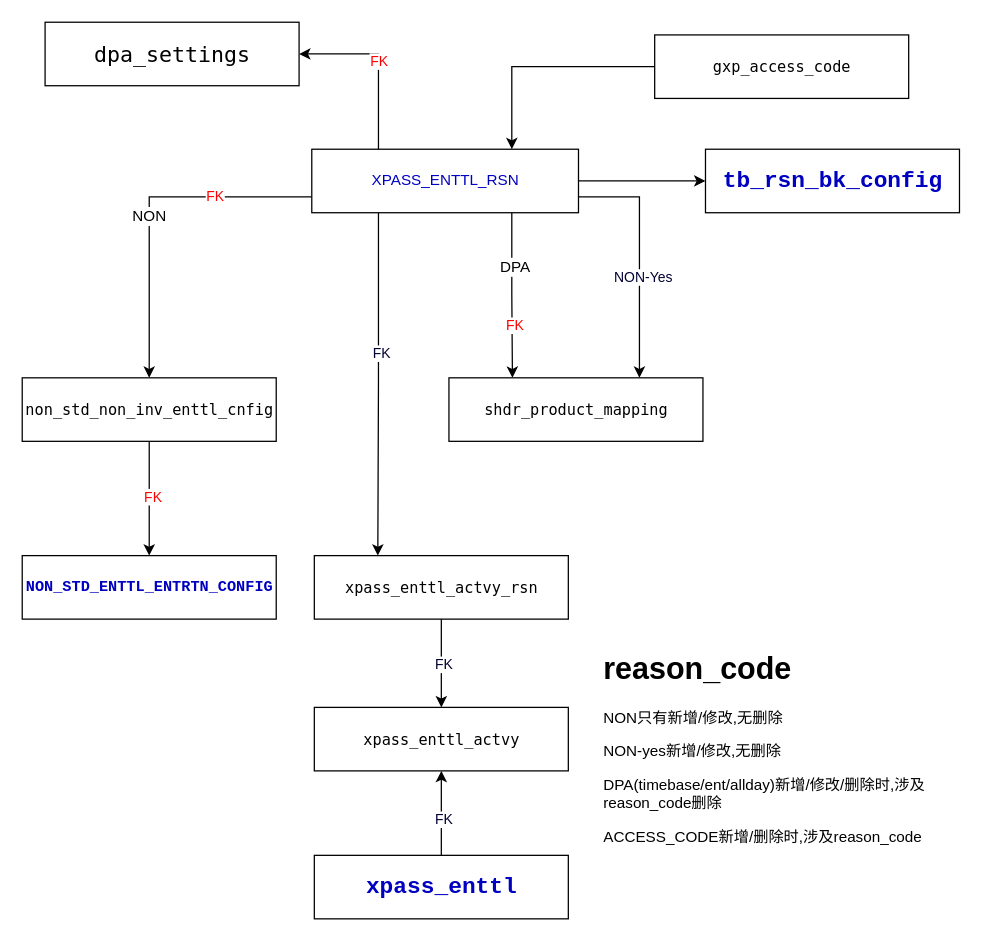
Above: disney/reason_code.drawio in lixyu/draw (draw.io), before the change. Source tidied: cells renumbered, new cells numbered last; positions are measured from the earlier drawing's top-left corner, leaving out a move shared by most shapes. Both pictures are drawn from the tidied source at 127%, with x=0, y=0 at pixel (22, 22).
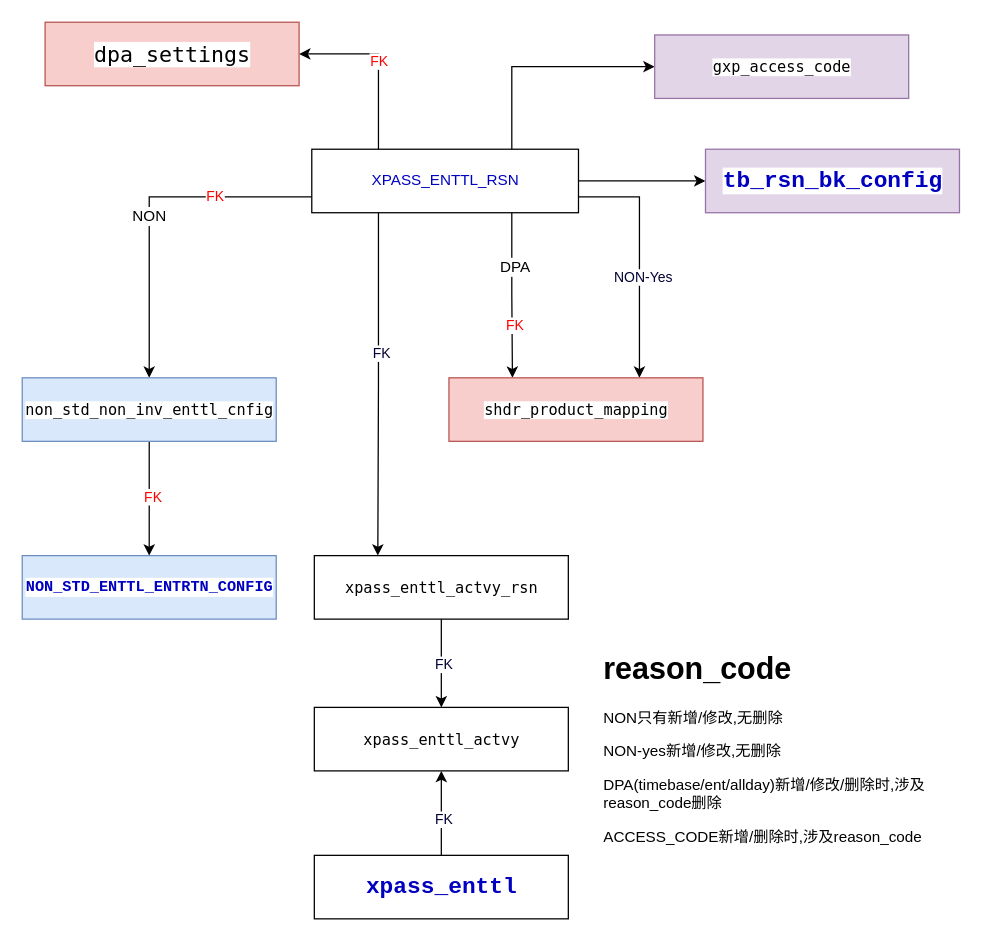
After the change.

The change refers to these unchanged cells:
```xml
<mxCell id="14" value="&lt;p style=&quot;background-color: rgb(255 , 255 , 255) ; color: rgb(51 , 51 , 51)&quot;&gt;&lt;span style=&quot;color: rgb(0 , 0 , 192)&quot;&gt;&lt;font style=&quot;font-size: 12px&quot;&gt;XPASS_ENTTL_RSN&lt;/font&gt;&lt;/span&gt;&lt;/p&gt;" style="html=1;" parent="1" vertex="1">
  <mxGeometry x="228" y="100" width="210" height="50" as="geometry" />
</mxCell>
```

What changed in the source:
```diff
@@
+    <mxCell id="32" style="edgeStyle=orthogonalEdgeStyle;rounded=0;jettySize=auto;html=1;exitX=0.75;exitY=0;exitDx=0;exitDy=0;entryX=0;entryY=0.5;entryDx=0;entryDy=0;" parent="1" edge="1" source="14" target="21">
+      <mxGeometry relative="1" as="geometry" />
+    </mxCell>
@@
-    <mxCell id="15" value="&lt;pre style=&quot;background-color: rgb(255 , 255 , 255) ; color: rgb(51 , 51 , 51)&quot;&gt;&lt;span style=&quot;color: rgb(0 , 0 , 192) ; font-weight: bold&quot;&gt;&lt;font style=&quot;font-size: 12px&quot;&gt;NON_STD_ENTTL_ENTRTN_CONFIG&lt;/font&gt;&lt;/span&gt;&lt;/pre&gt;" style="html=1;" parent="1" vertex="1">
+    <mxCell id="15" value="&lt;pre style=&quot;background-color: rgb(255 , 255 , 255) ; color: rgb(51 , 51 , 51)&quot;&gt;&lt;span style=&quot;color: rgb(0 , 0 , 192) ; font-weight: bold&quot;&gt;&lt;font style=&quot;font-size: 12px&quot;&gt;NON_STD_ENTTL_ENTRTN_CONFIG&lt;/font&gt;&lt;/span&gt;&lt;/pre&gt;" style="html=1;fillColor=#dae8fc;strokeColor=#6c8ebf;" parent="1" vertex="1">
       <mxGeometry y="420" width="200" height="50" as="geometry" />
     </mxCell>
@@
-    <mxCell id="18" value="&lt;pre style=&quot;background-color: rgb(255 , 255 , 255) ; color: rgb(51 , 51 , 51)&quot;&gt;&lt;p class=&quot;p1&quot; style=&quot;margin: 0px ; font-stretch: normal ; line-height: normal ; font-family: &amp;#34;menlo&amp;#34; ; color: rgb(0 , 0 , 0)&quot;&gt;non_std_non_inv_enttl_cnfig&lt;/p&gt;&lt;/pre&gt;" style="html=1;" parent="1" vertex="1">
+    <mxCell id="18" value="&lt;pre style=&quot;background-color: rgb(255 , 255 , 255) ; color: rgb(51 , 51 , 51)&quot;&gt;&lt;p class=&quot;p1&quot; style=&quot;margin: 0px ; font-stretch: normal ; line-height: normal ; font-family: &amp;#34;menlo&amp;#34; ; color: rgb(0 , 0 , 0)&quot;&gt;non_std_non_inv_enttl_cnfig&lt;/p&gt;&lt;/pre&gt;" style="html=1;fillColor=#dae8fc;strokeColor=#6c8ebf;" parent="1" vertex="1">
       <mxGeometry y="280" width="200" height="50" as="geometry" />
     </mxCell>
-    <mxCell id="19" value="&lt;pre style=&quot;background-color: rgb(255 , 255 , 255) ; color: rgb(51 , 51 , 51)&quot;&gt;&lt;p class=&quot;p1&quot; style=&quot;margin: 0px ; font-stretch: normal ; line-height: normal ; font-family: &amp;#34;menlo&amp;#34; ; color: rgb(0 , 0 , 0)&quot;&gt;shdr_product_mapping&lt;/p&gt;&lt;/pre&gt;" style="html=1;" parent="1" vertex="1">
+    <mxCell id="19" value="&lt;pre style=&quot;background-color: rgb(255 , 255 , 255) ; color: rgb(51 , 51 , 51)&quot;&gt;&lt;p class=&quot;p1&quot; style=&quot;margin: 0px ; font-stretch: normal ; line-height: normal ; font-family: &amp;#34;menlo&amp;#34; ; color: rgb(0 , 0 , 0)&quot;&gt;shdr_product_mapping&lt;/p&gt;&lt;/pre&gt;" style="html=1;fillColor=#f8cecc;strokeColor=#b85450;" parent="1" vertex="1">
       <mxGeometry x="336" y="280" width="200" height="50" as="geometry" />
     </mxCell>
-    <mxCell id="20" style="edgeStyle=orthogonalEdgeStyle;rounded=0;jettySize=auto;html=1;exitX=0;exitY=0.5;exitDx=0;exitDy=0;entryX=0.75;entryY=0;entryDx=0;entryDy=0;" parent="1" edge="1" source="21" target="14">
-      <mxGeometry relative="1" as="geometry" />
-    </mxCell>
-    <mxCell id="21" value="&lt;pre style=&quot;background-color: rgb(255 , 255 , 255) ; color: rgb(51 , 51 , 51)&quot;&gt;&lt;p class=&quot;p1&quot; style=&quot;margin: 0px ; font-stretch: normal ; line-height: normal ; font-family: &amp;#34;menlo&amp;#34; ; color: rgb(0 , 0 , 0)&quot;&gt;gxp_access_code&lt;/p&gt;&lt;/pre&gt;" style="html=1;" parent="1" vertex="1">
+    <mxCell id="21" value="&lt;pre style=&quot;background-color: rgb(255 , 255 , 255) ; color: rgb(51 , 51 , 51)&quot;&gt;&lt;p class=&quot;p1&quot; style=&quot;margin: 0px ; font-stretch: normal ; line-height: normal ; font-family: &amp;#34;menlo&amp;#34; ; color: rgb(0 , 0 , 0)&quot;&gt;gxp_access_code&lt;/p&gt;&lt;/pre&gt;" style="html=1;fillColor=#e1d5e7;strokeColor=#9673a6;" parent="1" vertex="1">
       <mxGeometry x="498" y="10" width="200" height="50" as="geometry" />
     </mxCell>
@@
-    <mxCell id="23" value="&lt;pre style=&quot;background-color: rgb(255 , 255 , 255) ; color: rgb(51 , 51 , 51)&quot;&gt;&lt;p class=&quot;p1&quot; style=&quot;margin: 0px ; font-stretch: normal ; font-size: 17px ; line-height: normal ; font-family: &amp;#34;menlo&amp;#34; ; color: rgb(0 , 0 , 0)&quot;&gt;dpa_settings&lt;/p&gt;&lt;/pre&gt;" style="html=1;" parent="1" vertex="1">
+    <mxCell id="23" value="&lt;pre style=&quot;background-color: rgb(255 , 255 , 255) ; color: rgb(51 , 51 , 51)&quot;&gt;&lt;p class=&quot;p1&quot; style=&quot;margin: 0px ; font-stretch: normal ; font-size: 17px ; line-height: normal ; font-family: &amp;#34;menlo&amp;#34; ; color: rgb(0 , 0 , 0)&quot;&gt;dpa_settings&lt;/p&gt;&lt;/pre&gt;" style="html=1;fillColor=#f8cecc;strokeColor=#b85450;" parent="1" vertex="1">
       <mxGeometry x="18" width="200" height="50" as="geometry" />
     </mxCell>
-    <mxCell id="24" value="&lt;pre style=&quot;background-color: rgb(255 , 255 , 255) ; color: rgb(51 , 51 , 51)&quot;&gt;&lt;pre style=&quot;font-family: , monospace ; font-size: 13.5pt&quot;&gt;&lt;span style=&quot;color: #0000c0 ; font-weight: bold&quot;&gt;tb_rsn_bk_config&lt;/span&gt;&lt;/pre&gt;&lt;/pre&gt;" style="html=1;" parent="1" vertex="1">
+    <mxCell id="24" value="&lt;pre style=&quot;background-color: rgb(255 , 255 , 255) ; color: rgb(51 , 51 , 51)&quot;&gt;&lt;pre style=&quot;font-family: , monospace ; font-size: 13.5pt&quot;&gt;&lt;span style=&quot;color: #0000c0 ; font-weight: bold&quot;&gt;tb_rsn_bk_config&lt;/span&gt;&lt;/pre&gt;&lt;/pre&gt;" style="html=1;fillColor=#e1d5e7;strokeColor=#9673a6;" parent="1" vertex="1">
       <mxGeometry x="538" y="100" width="200" height="50" as="geometry" />
     </mxCell>
```
